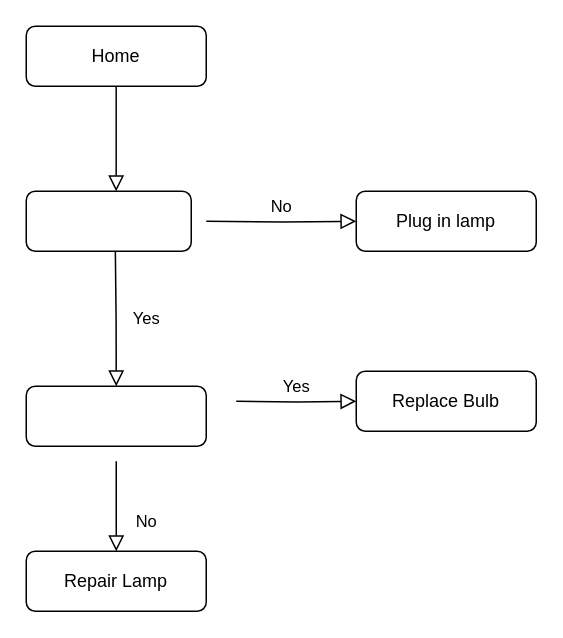
This is Untitled Diagram.drawio from samkalvium/draw, a draw.io file, before an edit. Source tidied: cells renumbered, new cells numbered last; positions are measured from the earlier drawing's top-left corner, leaving out a move shared by most shapes. Both pictures are drawn from the tidied source at 150%, with x=0, y=0 at pixel (26, 26).
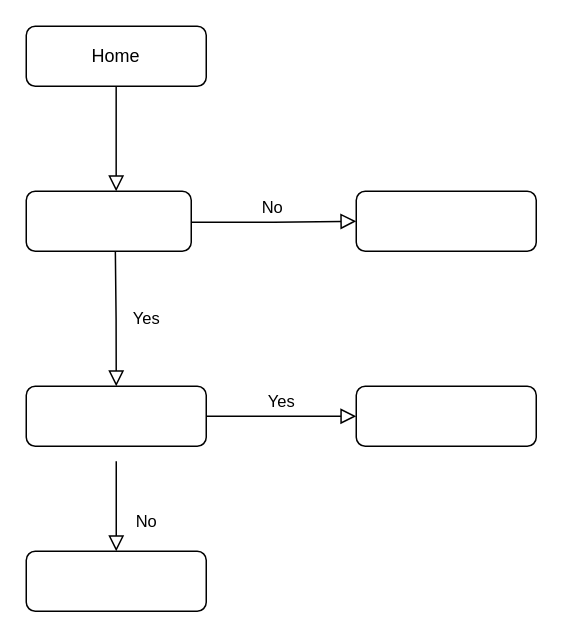
After the change.

Change to the diagram source:
```diff
@@
 <mxGraphModel>
   <root>
     <mxCell id="0" />
     <mxCell id="1" parent="0" />
     <mxCell id="2" style="rounded=0;html=1;jettySize=auto;fontSize=11;endArrow=block;endFill=0;endSize=8;strokeWidth=1;shadow=0;labelBackgroundColor=none;edgeStyle=orthogonalEdgeStyle;entryX=0.545;entryY=0;entryDx=0;entryDy=0;entryPerimeter=0;" parent="1" edge="1" source="3" target="11">
       <mxGeometry relative="1" as="geometry" />
     </mxCell>
     <mxCell id="3" value="Home" style="rounded=1;whiteSpace=wrap;html=1;fontSize=12;glass=0;strokeWidth=1;shadow=0;" parent="1" vertex="1">
       <mxGeometry width="120" height="40" as="geometry" />
     </mxCell>
     <mxCell id="4" value="Yes" style="rounded=0;html=1;jettySize=auto;fontSize=11;endArrow=block;endFill=0;endSize=8;strokeWidth=1;shadow=0;labelBackgroundColor=none;edgeStyle=orthogonalEdgeStyle;entryX=0.5;entryY=0;entryDx=0;entryDy=0;" parent="1" edge="1" target="12">
       <mxGeometry y="20" relative="1" as="geometry">
         <mxPoint x="59.4" y="150" as="sourcePoint" />
       </mxGeometry>
     </mxCell>
-    <mxCell id="5" value="No" style="edgeStyle=orthogonalEdgeStyle;rounded=0;html=1;jettySize=auto;fontSize=11;endArrow=block;endFill=0;endSize=8;strokeWidth=1;shadow=0;labelBackgroundColor=none;" parent="1" edge="1" target="6">
-      <mxGeometry y="10" relative="1" as="geometry">
-        <mxPoint x="120" y="130" as="sourcePoint" />
-      </mxGeometry>
+    <mxCell id="5" value="No" style="edgeStyle=orthogonalEdgeStyle;rounded=0;html=1;jettySize=auto;fontSize=11;endArrow=block;endFill=0;endSize=8;strokeWidth=1;shadow=0;labelBackgroundColor=none;exitX=0.983;exitY=0.515;exitDx=0;exitDy=0;exitPerimeter=0;" parent="1" edge="1" source="11" target="6">
+      <mxGeometry y="10" relative="1" as="geometry" />
     </mxCell>
-    <mxCell id="6" value="Plug in lamp" style="rounded=1;whiteSpace=wrap;html=1;fontSize=12;glass=0;strokeWidth=1;shadow=0;" parent="1" vertex="1">
+    <mxCell id="6" style="rounded=1;whiteSpace=wrap;html=1;fontSize=12;glass=0;strokeWidth=1;shadow=0;" parent="1" vertex="1">
       <mxGeometry x="220" y="110" width="120" height="40" as="geometry" />
     </mxCell>
     <mxCell id="7" value="No" style="rounded=0;html=1;jettySize=auto;fontSize=11;endArrow=block;endFill=0;endSize=8;strokeWidth=1;shadow=0;labelBackgroundColor=none;edgeStyle=orthogonalEdgeStyle;" parent="1" edge="1" target="9">
       <mxGeometry x="0.33" y="20" relative="1" as="geometry">
         <mxPoint x="60" y="290" as="sourcePoint" />
         <Array as="points">
           <mxPoint x="60" y="290" />
         </Array>
       </mxGeometry>
     </mxCell>
-    <mxCell id="8" value="Yes" style="edgeStyle=orthogonalEdgeStyle;rounded=0;html=1;jettySize=auto;fontSize=11;endArrow=block;endFill=0;endSize=8;strokeWidth=1;shadow=0;labelBackgroundColor=none;" parent="1" edge="1" target="10">
+    <mxCell id="8" value="Yes" style="edgeStyle=orthogonalEdgeStyle;rounded=0;html=1;jettySize=auto;fontSize=11;endArrow=block;endFill=0;endSize=8;strokeWidth=1;shadow=0;labelBackgroundColor=none;entryX=0;entryY=0.5;entryDx=0;entryDy=0;exitX=1;exitY=0.5;exitDx=0;exitDy=0;" parent="1" edge="1" source="12" target="10">
       <mxGeometry y="10" relative="1" as="geometry">
-        <mxPoint x="140" y="250" as="sourcePoint" />
+        <Array as="points">
+          <mxPoint x="220" y="260" />
+        </Array>
       </mxGeometry>
     </mxCell>
-    <mxCell id="9" value="Repair Lamp" style="rounded=1;whiteSpace=wrap;html=1;fontSize=12;glass=0;strokeWidth=1;shadow=0;" parent="1" vertex="1">
+    <mxCell id="9" style="rounded=1;whiteSpace=wrap;html=1;fontSize=12;glass=0;strokeWidth=1;shadow=0;" parent="1" vertex="1">
       <mxGeometry y="350" width="120" height="40" as="geometry" />
     </mxCell>
-    <mxCell id="10" value="Replace Bulb" style="rounded=1;whiteSpace=wrap;html=1;fontSize=12;glass=0;strokeWidth=1;shadow=0;" parent="1" vertex="1">
-      <mxGeometry x="220" y="230" width="120" height="40" as="geometry" />
+    <mxCell id="10" style="rounded=1;whiteSpace=wrap;html=1;fontSize=12;glass=0;strokeWidth=1;shadow=0;" parent="1" vertex="1">
+      <mxGeometry x="220" y="240" width="120" height="40" as="geometry" />
     </mxCell>
     <mxCell id="11" style="rounded=1;whiteSpace=wrap;html=1;" parent="1" vertex="1">
       <mxGeometry y="110" width="110" height="40" as="geometry" />
     </mxCell>
     <mxCell id="12" style="rounded=1;whiteSpace=wrap;html=1;" parent="1" vertex="1">
       <mxGeometry y="240" width="120" height="40" as="geometry" />
     </mxCell>
   </root>
 </mxGraphModel>
```
